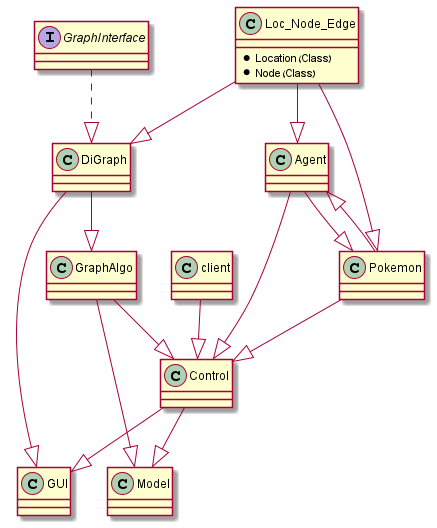
This is diagram.png from haimgoldfisher/OOP_Ex4, a PlantUML export, as it was before one commit.
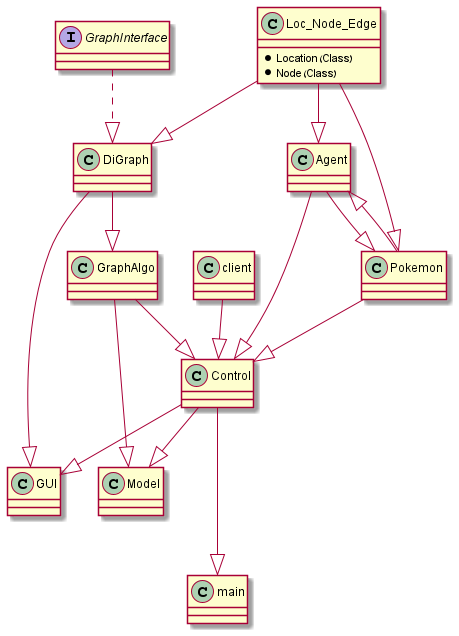
Above is the later version.

The edit, as a diff of the source:
```diff
@@ -51,6 +51,11 @@
 
 }
 
+class main
+{
+
+}
+
 Loc_Node_Edge --|> DiGraph
 GraphInterface ..|> DiGraph
 DiGraph --|> GraphAlgo
@@ -71,4 +76,7 @@
 Control --|> GUI
 Control --|> Model
 client --|> Control
+
+Control ---|> main
+
 @enduml
```
